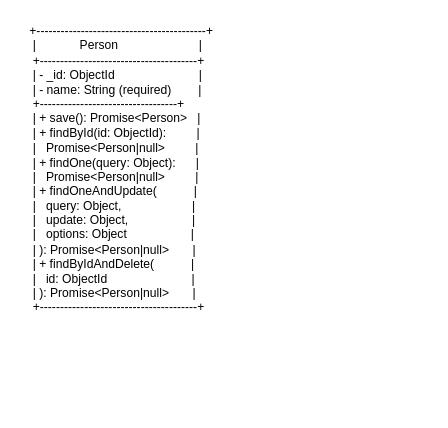
This is Untitled Diagram.drawio from naziba95/Backend_Stage_Two, a draw.io file, before an edit. Source tidied: cells renumbered, new cells numbered last; positions are measured from the earlier drawing's top-left corner, leaving out a move shared by most shapes. Both pictures are drawn from the tidied source at 101%, with x=0, y=0 at pixel (17, 17).
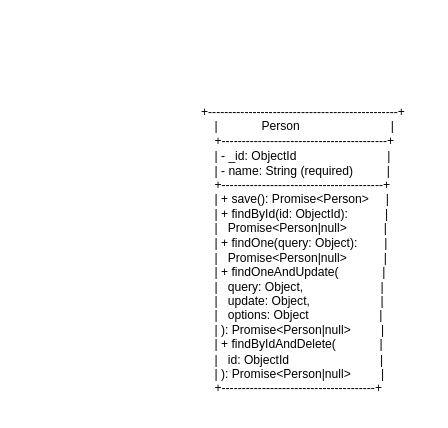
After the change.

Commit message:
class diagram

Change to the diagram source:
```diff
@@
 <mxGraphModel>
   <root>
-    <mxCell id="0" />
-    <mxCell id="1" parent="0" />
-    <mxCell id="2" value="   +------------------------------------------+&#10;    |             Person                        |&#10;    +---------------------------------------+&#10;    | - _id: ObjectId                         |               &#10;    | - name: String (required)        |&#10;    +----------------------------------+&#10;    | + save(): Promise&lt;Person&gt;   | &#10;    | + findById(id: ObjectId):         |     &#10;    |   Promise&lt;Person|null&gt;         |        &#10;    | + findOne(query: Object):      |     &#10;    |   Promise&lt;Person|null&gt;         |         &#10;    | + findOneAndUpdate(           |          &#10;    |   query: Object,                     |        &#10;    |   update: Object,                   |                    &#10;    |   options: Object                   |                   &#10;    | ): Promise&lt;Person|null&gt;       |        &#10;    | + findByIdAndDelete(           |      &#10;    |   id: ObjectId                         |  &#10;    | ): Promise&lt;Person|null&gt;       |       &#10;    +---------------------------------------+" style="text;whiteSpace=wrap;" parent="1" vertex="1">
-      <mxGeometry width="260" height="350" as="geometry" />
-    </mxCell>
+    <mxCell id="3" />
+    <mxCell id="4" parent="3" />
+    <mxCell id="5" value="+-----------------------------------------------+&#10;    |             Person                           |&#10;    +-----------------------------------------+&#10;    | - _id: ObjectId                           |&#10;    | - name: String (required)          |&#10;    +----------------------------------------+&#10;    | + save(): Promise&lt;Person&gt;     |&#10;    | + findById(id: ObjectId):           |&#10;    |   Promise&lt;Person|null&gt;           |&#10;    | + findOne(query: Object):        |&#10;    |   Promise&lt;Person|null&gt;           |&#10;    | + findOneAndUpdate(             |&#10;    |   query: Object,                       |&#10;    |   update: Object,                     |&#10;    |   options: Object                     |&#10;    | ): Promise&lt;Person|null&gt;         |&#10;    | + findByIdAndDelete(             |&#10;    |   id: ObjectId                           |&#10;    | ): Promise&lt;Person|null&gt;         |&#10;    +--------------------------------------+" style="text;whiteSpace=wrap;" parent="4" vertex="1">
+      <mxGeometry x="180" y="80" width="230" height="310" as="geometry" />
+    </mxCell>
   </root>
 </mxGraphModel>
```
